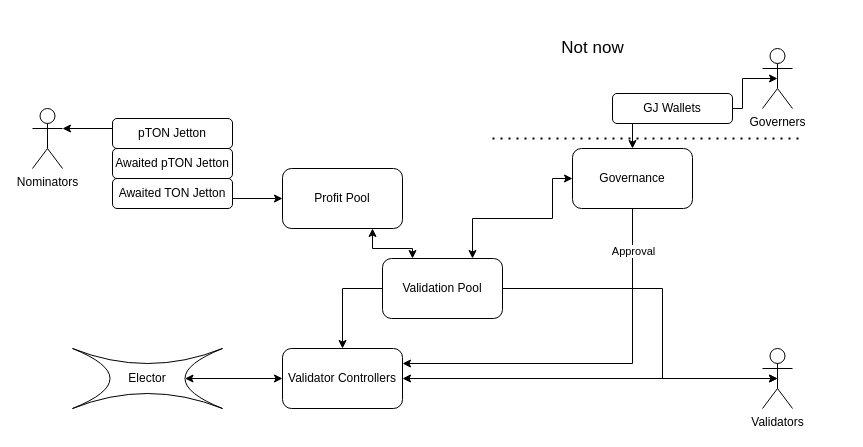
Earlier version of the draw.io diagram scheme.drawio (ton-blockchain/liquid-staking-contract). Source tidied: cells renumbered, new cells numbered last; positions are measured from the earlier drawing's top-left corner, leaving out a move shared by most shapes. Both pictures are drawn from the tidied source at 100%, with x=0, y=0 at pixel (32, 33).
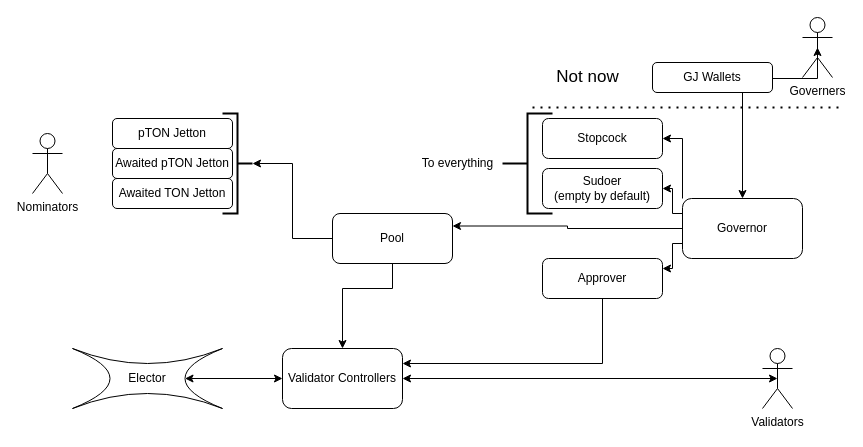
After the change.

Commit message (it also covers changes not shown here):
Update scheme: add new roles

Unchanged cells that the change refers to:
```xml
<mxCell id="20" value="Validators" style="shape=umlActor;verticalLabelPosition=bottom;labelBackgroundColor=#ffffff;verticalAlign=top;html=1;outlineConnect=0;" parent="1" vertex="1">
  <mxGeometry x="730" y="315" width="30" height="60" as="geometry" />
</mxCell>
<mxCell id="22" value="Validator Controllers" style="rounded=1;whiteSpace=wrap;html=1;" parent="1" vertex="1">
  <mxGeometry x="250" y="315" width="120" height="60" as="geometry" />
</mxCell>
```

The edit, as a diff of the source:
```diff
@@
-    <mxCell id="2" style="edgeStyle=orthogonalEdgeStyle;rounded=0;jettySize=auto;html=1;exitX=0.5;exitY=0.5;exitDx=0;exitDy=0;exitPerimeter=0;entryX=0.5;entryY=0;entryDx=0;entryDy=0;startArrow=classic;startFill=1;strokeWidth=1;" parent="1" edge="1" source="20" target="22">
+    <mxCell id="2" style="edgeStyle=orthogonalEdgeStyle;rounded=0;jettySize=auto;html=1;exitX=0.5;exitY=0.5;exitDx=0;exitDy=0;exitPerimeter=0;entryX=0.5;entryY=0;entryDx=0;entryDy=0;startArrow=classic;startFill=1;strokeWidth=1;" parent="1" edge="1" source="3" target="22">
       <mxGeometry relative="1" as="geometry">
         <Array as="points">
-          <mxPoint x="630" y="345" />
-          <mxPoint x="630" y="255" />
           <mxPoint x="310" y="255" />
         </Array>
       </mxGeometry>
     </mxCell>
-    <mxCell id="3" value="Validation Pool" style="rounded=1;whiteSpace=wrap;html=1;" parent="1" vertex="1">
-      <mxGeometry x="350" y="225" width="120" height="60" as="geometry" />
-    </mxCell>
-    <mxCell id="4" style="edgeStyle=orthogonalEdgeStyle;rounded=0;jettySize=auto;html=1;exitX=0.75;exitY=1;exitDx=0;exitDy=0;entryX=0.25;entryY=0;entryDx=0;entryDy=0;startArrow=classic;startFill=1;strokeWidth=1;" parent="1" edge="1" source="5" target="3">
-      <mxGeometry relative="1" as="geometry" />
-    </mxCell>
-    <mxCell id="5" value="Profit Pool" style="rounded=1;whiteSpace=wrap;html=1;" parent="1" vertex="1">
-      <mxGeometry x="250" y="135" width="120" height="60" as="geometry" />
-    </mxCell>
-    <mxCell id="6" style="edgeStyle=orthogonalEdgeStyle;rounded=0;jettySize=auto;html=1;exitX=1;exitY=0.3333333333333333;exitDx=0;exitDy=0;exitPerimeter=0;entryX=0;entryY=0.5;entryDx=0;entryDy=0;startArrow=classic;startFill=1;strokeWidth=1;" parent="1" edge="1" source="7" target="5">
-      <mxGeometry relative="1" as="geometry" />
-    </mxCell>
     <mxCell id="7" value="Nominators" style="shape=umlActor;verticalLabelPosition=bottom;labelBackgroundColor=#ffffff;verticalAlign=top;html=1;outlineConnect=0;" parent="1" vertex="1">
-      <mxGeometry y="75" width="30" height="60" as="geometry" />
+      <mxGeometry y="100" width="30" height="60" as="geometry" />
     </mxCell>
@@
+    <mxCell id="25" style="edgeStyle=orthogonalEdgeStyle;rounded=0;jettySize=auto;html=1;exitX=0;exitY=0.25;exitDx=0;exitDy=0;entryX=1;entryY=0.5;entryDx=0;entryDy=0;" parent="1" edge="1" source="15" target="30">
+      <mxGeometry relative="1" as="geometry">
+        <Array as="points">
+          <mxPoint x="640" y="180" />
+          <mxPoint x="640" y="155" />
+        </Array>
+      </mxGeometry>
+    </mxCell>
+    <mxCell id="26" style="edgeStyle=orthogonalEdgeStyle;rounded=0;jettySize=auto;html=1;exitX=0;exitY=0.75;exitDx=0;exitDy=0;entryX=1;entryY=0.25;entryDx=0;entryDy=0;" parent="1" edge="1" source="15" target="32">
+      <mxGeometry relative="1" as="geometry">
+        <Array as="points">
+          <mxPoint x="640" y="210" />
+          <mxPoint x="640" y="235" />
+        </Array>
+      </mxGeometry>
+    </mxCell>
+    <mxCell id="27" style="edgeStyle=orthogonalEdgeStyle;rounded=0;jettySize=auto;html=1;exitX=0;exitY=0;exitDx=0;exitDy=0;entryX=1;entryY=0.5;entryDx=0;entryDy=0;" parent="1" edge="1" source="15" target="29">
+      <mxGeometry relative="1" as="geometry" />
+    </mxCell>
-    <mxCell id="12" style="edgeStyle=orthogonalEdgeStyle;rounded=0;jettySize=auto;html=1;exitX=0;exitY=0.5;exitDx=0;exitDy=0;entryX=0.75;entryY=0;entryDx=0;entryDy=0;startArrow=classic;startFill=1;strokeWidth=1;" parent="1" edge="1" source="15" target="3">
-      <mxGeometry relative="1" as="geometry">
-        <Array as="points">
-          <mxPoint x="520" y="145" />
-          <mxPoint x="520" y="185" />
-          <mxPoint x="440" y="185" />
-        </Array>
-      </mxGeometry>
+    <mxCell id="12" style="edgeStyle=orthogonalEdgeStyle;rounded=0;jettySize=auto;html=1;exitX=0;exitY=0.5;exitDx=0;exitDy=0;entryX=1;entryY=0.25;entryDx=0;entryDy=0;" parent="1" edge="1" source="15" target="3">
+      <mxGeometry relative="1" as="geometry" />
     </mxCell>
-    <mxCell id="13" style="edgeStyle=orthogonalEdgeStyle;rounded=0;jettySize=auto;html=1;exitX=0.5;exitY=1;exitDx=0;exitDy=0;entryX=1;entryY=0.25;entryDx=0;entryDy=0;" parent="1" edge="1" source="15" target="22">
-      <mxGeometry relative="1" as="geometry" />
-    </mxCell>
-    <mxCell id="14" value="Approval" style="edgeLabel;html=1;align=center;verticalAlign=middle;" parent="13" vertex="1">
-      <mxGeometry x="-0.78" relative="1" as="geometry" />
-    </mxCell>
-    <mxCell id="15" value="Governance" style="rounded=1;whiteSpace=wrap;html=1;" parent="1" vertex="1">
-      <mxGeometry x="540" y="115" width="120" height="60" as="geometry" />
+    <mxCell id="15" value="Governor" style="rounded=1;whiteSpace=wrap;html=1;" parent="1" vertex="1">
+      <mxGeometry x="650" y="165" width="120" height="60" as="geometry" />
     </mxCell>
     <mxCell id="16" style="edgeStyle=orthogonalEdgeStyle;rounded=0;jettySize=auto;html=1;exitX=0.5;exitY=0.5;exitDx=0;exitDy=0;exitPerimeter=0;startArrow=classic;startFill=1;strokeWidth=1;" parent="1" edge="1" source="17" target="15">
       <mxGeometry relative="1" as="geometry">
         <Array as="points">
+          <mxPoint x="785" y="45" />
           <mxPoint x="710" y="45" />
-          <mxPoint x="710" y="75" />
-          <mxPoint x="600" y="75" />
         </Array>
       </mxGeometry>
     </mxCell>
     <mxCell id="17" value="Governers" style="shape=umlActor;verticalLabelPosition=bottom;labelBackgroundColor=#ffffff;verticalAlign=top;html=1;outlineConnect=0;" parent="1" vertex="1">
-      <mxGeometry x="730" y="15" width="30" height="60" as="geometry" />
+      <mxGeometry x="770" y="-16" width="30" height="60" as="geometry" />
     </mxCell>
     <mxCell id="18" value="GJ Wallets" style="rounded=1;whiteSpace=wrap;html=1;" parent="1" vertex="1">
-      <mxGeometry x="580" y="60" width="120" height="30" as="geometry" />
+      <mxGeometry x="620" y="29" width="120" height="30" as="geometry" />
     </mxCell>
@@
     <mxCell id="23" style="endArrow=none;dashed=1;html=1;dashPattern=1 3;strokeWidth=2;rounded=0;" parent="1" edge="1">
       <mxGeometry relative="1" as="geometry">
-        <mxPoint x="460" y="105" as="sourcePoint" />
-        <mxPoint x="770" y="105" as="targetPoint" />
+        <mxPoint x="500" y="74" as="sourcePoint" />
+        <mxPoint x="810" y="74" as="targetPoint" />
       </mxGeometry>
     </mxCell>
     <mxCell id="24" value="Not now" style="text;html=1;align=center;verticalAlign=middle;strokeColor=none;fillColor=none;fontSize=17;" parent="1" vertex="1">
-      <mxGeometry x="515" width="90" height="30" as="geometry" />
+      <mxGeometry x="510" y="29" width="90" height="30" as="geometry" />
     </mxCell>
+    <mxCell id="28" style="edgeStyle=orthogonalEdgeStyle;rounded=0;jettySize=auto;html=1;exitX=0;exitY=0.5;exitDx=0;exitDy=0;entryX=0;entryY=0.5;entryDx=0;entryDy=0;entryPerimeter=0;" parent="1" edge="1" source="3" target="33">
+      <mxGeometry relative="1" as="geometry" />
+    </mxCell>
+    <mxCell id="3" value="Pool" style="rounded=1;whiteSpace=wrap;html=1;" parent="1" vertex="1">
+      <mxGeometry x="300" y="180" width="120" height="50" as="geometry" />
+    </mxCell>
+    <mxCell id="29" value="Stopcock" style="rounded=1;whiteSpace=wrap;html=1;" parent="1" vertex="1">
+      <mxGeometry x="510" y="85" width="120" height="40" as="geometry" />
+    </mxCell>
+    <mxCell id="30" value="Sudoer&lt;br&gt;(empty by default)" style="rounded=1;whiteSpace=wrap;html=1;" parent="1" vertex="1">
+      <mxGeometry x="510" y="135" width="120" height="40" as="geometry" />
+    </mxCell>
+    <mxCell id="31" style="edgeStyle=orthogonalEdgeStyle;rounded=0;jettySize=auto;html=1;exitX=0.5;exitY=1;exitDx=0;exitDy=0;entryX=1;entryY=0.25;entryDx=0;entryDy=0;" parent="1" edge="1" source="32" target="22">
+      <mxGeometry relative="1" as="geometry" />
+    </mxCell>
+    <mxCell id="32" value="Approver" style="rounded=1;whiteSpace=wrap;html=1;" parent="1" vertex="1">
+      <mxGeometry x="510" y="225" width="120" height="40" as="geometry" />
+    </mxCell>
+    <mxCell id="33" style="strokeWidth=2;html=1;shape=mxgraph.flowchart.annotation_2;align=left;labelPosition=right;rotation=-180;" parent="1" vertex="1">
+      <mxGeometry x="190" y="80" width="30" height="100" as="geometry" />
+    </mxCell>
+    <mxCell id="34" style="strokeWidth=2;html=1;shape=mxgraph.flowchart.annotation_2;align=left;labelPosition=right;" parent="1" vertex="1">
+      <mxGeometry x="470" y="80" width="50" height="100" as="geometry" />
+    </mxCell>
+    <mxCell id="35" value="To everything" style="text;html=1;align=center;verticalAlign=middle;strokeColor=none;fillColor=none;" parent="1" vertex="1">
+      <mxGeometry x="380" y="115" width="90" height="30" as="geometry" />
+    </mxCell>
```
